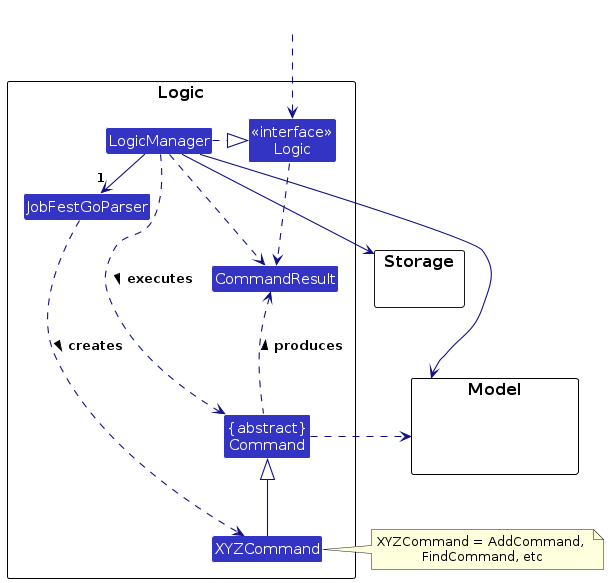
Earlier version of the PlantUML export diagrams/LogicClassDiagram.png (AY2324S1-CS2103T-T09-1/tp). Its source is kept beside it as diagrams/LogicClassDiagram.puml. Source of this version:
```plantuml
@startuml
!include style.puml
skinparam arrowThickness 1.1
skinparam arrowColor LOGIC_COLOR_T4
skinparam classBackgroundColor LOGIC_COLOR

package Logic as LogicPackage {

Class JobFestGoParser
Class XYZCommand
Class CommandResult
Class "{abstract}\nCommand" as Command


Class "<<interface>>\nLogic" as Logic
Class LogicManager
}

package Model {
Class HiddenModel #FFFFFF
}

package Storage {
}

Class HiddenOutside #FFFFFF
HiddenOutside ..> Logic

LogicManager .right.|> Logic
LogicManager -right->"1" JobFestGoParser
JobFestGoParser ..> XYZCommand : creates >

XYZCommand -up-|> Command
LogicManager .left.> Command : executes >

LogicManager --> Model
LogicManager --> Storage
Storage --[hidden] Model
Command .[hidden]up.> Storage
Command .right.> Model
note right of XYZCommand: XYZCommand = AddCommand, \nFindCommand, etc

Logic ..> CommandResult
LogicManager .down.> CommandResult
Command .up.> CommandResult : produces >
@enduml
```
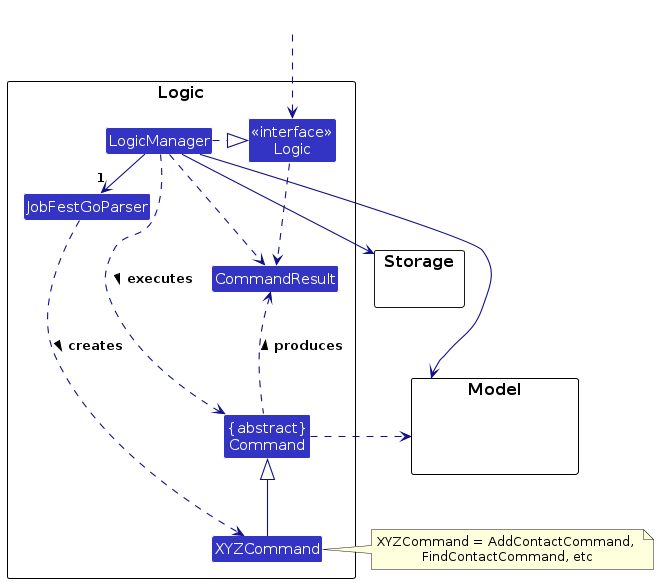
The same file after the commit.

Change to the diagram source:
```diff
@@ -38,7 +38,7 @@
 Storage --[hidden] Model
 Command .[hidden]up.> Storage
 Command .right.> Model
-note right of XYZCommand: XYZCommand = AddCommand, \nFindCommand, etc
+note right of XYZCommand: XYZCommand = AddContactCommand, \nFindContactCommand, etc
 
 Logic ..> CommandResult
 LogicManager .down.> CommandResult
```
